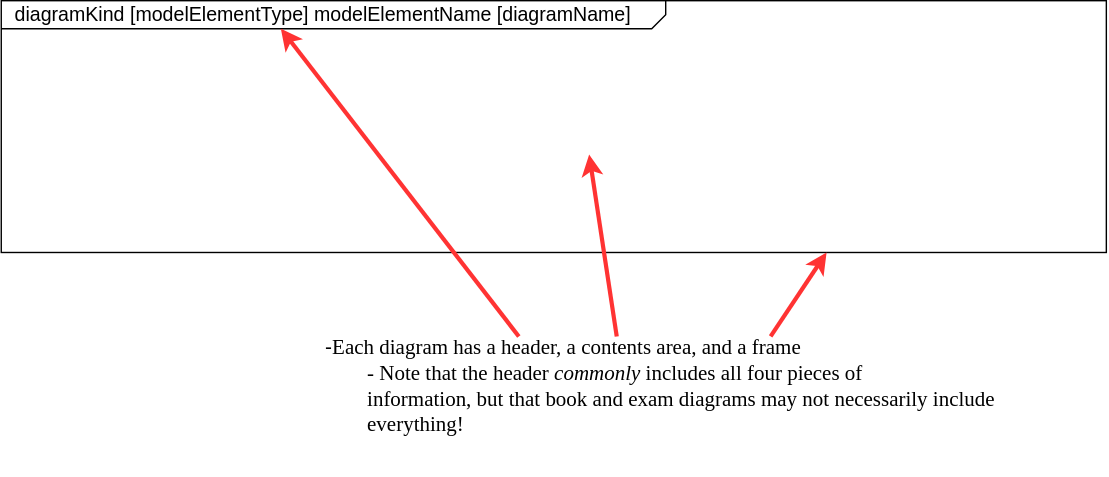
The draw.io diagram SysML Lessons/SVGs/Diagrams Format.svg in JeffreyWerth/AWS-Architecture-Model-Repository, before a commit. Source tidied: cells renumbered, new cells last; positions are measured from the earlier drawing's top-left corner, leaving out a move shared by most shapes. Source of this version:
```xml
<mxGraphModel>
  <root>
    <mxCell id="0" style="html=1;" />
    <mxCell id="1" style="html=1;" parent="0" />
    <mxCell id="2" value="&lt;p style=&quot;text-align: left; margin: 4px 0px 0px 10px; line-height: 90%; font-size: 14px;&quot;&gt;&lt;span style=&quot;border-color: var(--border-color);&quot;&gt;diagramKind&lt;/span&gt;&lt;span style=&quot;border-color: var(--border-color);&quot;&gt;&amp;nbsp;[&lt;/span&gt;&lt;span style=&quot;border-color: var(--border-color);&quot;&gt;modelElementType&lt;/span&gt;&lt;span style=&quot;border-color: var(--border-color);&quot;&gt;]&amp;nbsp;&lt;/span&gt;&lt;span style=&quot;border-color: var(--border-color);&quot;&gt;modelElementName&lt;/span&gt;&lt;span style=&quot;border-color: var(--border-color);&quot;&gt;&amp;nbsp;[&lt;/span&gt;&lt;span style=&quot;border-color: var(--border-color);&quot;&gt;diagramName&lt;/span&gt;&lt;span style=&quot;border-color: var(--border-color);&quot;&gt;]&lt;/span&gt;&lt;br&gt;&lt;/p&gt;" style="html=1;shape=mxgraph.sysml.package;html=1;overflow=fill;whiteSpace=wrap;fontSize=16;labelX=475.33;" parent="1" vertex="1">
      <mxGeometry width="790" height="180" as="geometry" />
    </mxCell>
    <mxCell id="3" value="&lt;div style=&quot;font-size: 15px;&quot; class=&quot;O0&quot;&gt;&lt;font style=&quot;font-size: 15px;&quot;&gt;-&lt;span style=&quot;font-family: &amp;quot;Avenir Next LT Pro&amp;quot;;&quot;&gt;Each diagram has a header, a contents area, and a frame&lt;/span&gt;&lt;/font&gt;&lt;/div&gt;&lt;font style=&quot;font-size: 15px;&quot;&gt;&lt;span style=&quot;background-color: initial; font-family: &amp;quot;Avenir Next LT Pro&amp;quot;;&quot;&gt;&lt;span style=&quot;white-space: pre;&quot;&gt;&#9;&lt;/span&gt;- Note that the header &lt;/span&gt;&lt;span style=&quot;background-color: initial; font-family: &amp;quot;Avenir Next LT Pro&amp;quot;; font-style: italic;&quot;&gt;commonly&lt;/span&gt;&lt;span style=&quot;background-color: initial; font-family: &amp;quot;Avenir Next LT Pro&amp;quot;;&quot;&gt; includes all four pieces of&lt;/span&gt;&lt;br&gt;&lt;/font&gt;&lt;div style=&quot;font-size: 15px;&quot; class=&quot;O1&quot;&gt;&lt;span style=&quot;font-family: &amp;quot;Avenir Next LT Pro&amp;quot;;&quot;&gt;&lt;font style=&quot;font-size: 15px;&quot;&gt;&lt;span style=&quot;white-space: pre;&quot;&gt;&#9;&lt;/span&gt;information, but that book and exam diagrams may not necessarily include&lt;br&gt;&lt;span style=&quot;white-space: pre;&quot;&gt;&#9;&lt;/span&gt;everything!&lt;/font&gt;&lt;/span&gt;&lt;/div&gt;" style="text;html=1;strokeColor=none;fillColor=none;align=left;verticalAlign=middle;whiteSpace=wrap;rounded=0;fontSize=16;" parent="1" vertex="1">
      <mxGeometry x="230" y="210" width="560" height="130" as="geometry" />
    </mxCell>
    <mxCell id="4" style="endArrow=classic;html=1;rounded=0;fontSize=15;entryX=0.253;entryY=0.111;entryDx=0;entryDy=0;entryPerimeter=0;exitX=0.25;exitY=0.231;exitDx=0;exitDy=0;exitPerimeter=0;strokeColor=#FF3333;strokeWidth=3;" parent="1" edge="1" source="3" target="2">
      <mxGeometry relative="1" as="geometry" />
    </mxCell>
    <mxCell id="5" style="endArrow=classic;html=1;rounded=0;fontSize=15;entryX=0.532;entryY=0.611;entryDx=0;entryDy=0;entryPerimeter=0;strokeWidth=3;strokeColor=#FF3333;exitX=0.375;exitY=0.231;exitDx=0;exitDy=0;exitPerimeter=0;" parent="1" edge="1" source="3" target="2">
      <mxGeometry relative="1" as="geometry" />
    </mxCell>
    <mxCell id="6" style="endArrow=classic;html=1;rounded=0;fontSize=15;entryX=0.253;entryY=0.111;entryDx=0;entryDy=0;entryPerimeter=0;strokeColor=#FF3333;strokeWidth=3;" parent="1" edge="1">
      <mxGeometry relative="1" as="geometry">
        <mxPoint x="550" y="240" as="sourcePoint" />
        <mxPoint x="590" y="180" as="targetPoint" />
      </mxGeometry>
    </mxCell>
  </root>
</mxGraphModel>
```
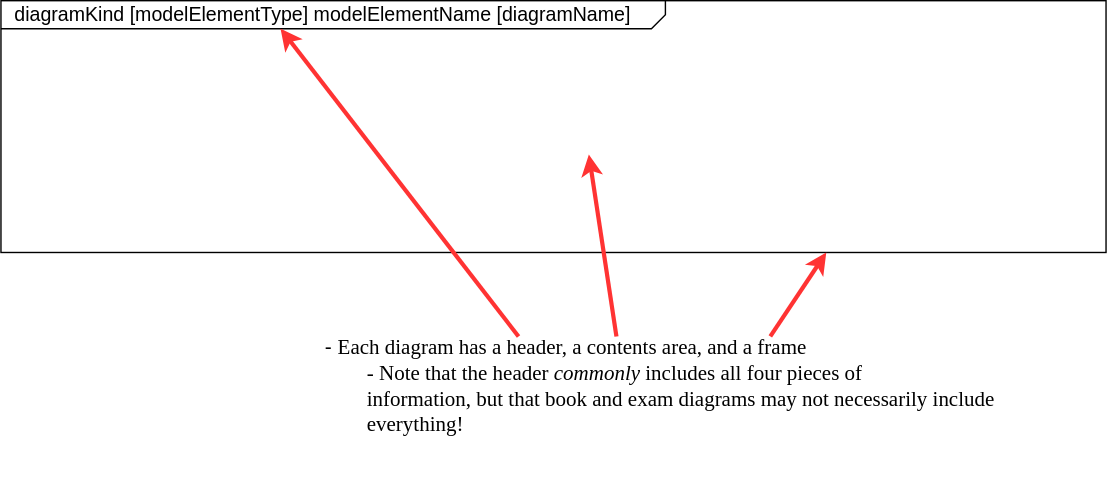
After the change.

Commit message:
Header Format Definitions

Change to the diagram source:
```diff
@@ -5,7 +5,7 @@
     <mxCell id="2" value="&lt;p style=&quot;text-align: left; margin: 4px 0px 0px 10px; line-height: 90%; font-size: 14px;&quot;&gt;&lt;span style=&quot;border-color: var(--border-color);&quot;&gt;diagramKind&lt;/span&gt;&lt;span style=&quot;border-color: var(--border-color);&quot;&gt;&amp;nbsp;[&lt;/span&gt;&lt;span style=&quot;border-color: var(--border-color);&quot;&gt;modelElementType&lt;/span&gt;&lt;span style=&quot;border-color: var(--border-color);&quot;&gt;]&amp;nbsp;&lt;/span&gt;&lt;span style=&quot;border-color: var(--border-color);&quot;&gt;modelElementName&lt;/span&gt;&lt;span style=&quot;border-color: var(--border-color);&quot;&gt;&amp;nbsp;[&lt;/span&gt;&lt;span style=&quot;border-color: var(--border-color);&quot;&gt;diagramName&lt;/span&gt;&lt;span style=&quot;border-color: var(--border-color);&quot;&gt;]&lt;/span&gt;&lt;br&gt;&lt;/p&gt;" style="html=1;shape=mxgraph.sysml.package;html=1;overflow=fill;whiteSpace=wrap;fontSize=16;labelX=475.33;" parent="1" vertex="1">
       <mxGeometry width="790" height="180" as="geometry" />
     </mxCell>
-    <mxCell id="3" value="&lt;div style=&quot;font-size: 15px;&quot; class=&quot;O0&quot;&gt;&lt;font style=&quot;font-size: 15px;&quot;&gt;-&lt;span style=&quot;font-family: &amp;quot;Avenir Next LT Pro&amp;quot;;&quot;&gt;Each diagram has a header, a contents area, and a frame&lt;/span&gt;&lt;/font&gt;&lt;/div&gt;&lt;font style=&quot;font-size: 15px;&quot;&gt;&lt;span style=&quot;background-color: initial; font-family: &amp;quot;Avenir Next LT Pro&amp;quot;;&quot;&gt;&lt;span style=&quot;white-space: pre;&quot;&gt;&#9;&lt;/span&gt;- Note that the header &lt;/span&gt;&lt;span style=&quot;background-color: initial; font-family: &amp;quot;Avenir Next LT Pro&amp;quot;; font-style: italic;&quot;&gt;commonly&lt;/span&gt;&lt;span style=&quot;background-color: initial; font-family: &amp;quot;Avenir Next LT Pro&amp;quot;;&quot;&gt; includes all four pieces of&lt;/span&gt;&lt;br&gt;&lt;/font&gt;&lt;div style=&quot;font-size: 15px;&quot; class=&quot;O1&quot;&gt;&lt;span style=&quot;font-family: &amp;quot;Avenir Next LT Pro&amp;quot;;&quot;&gt;&lt;font style=&quot;font-size: 15px;&quot;&gt;&lt;span style=&quot;white-space: pre;&quot;&gt;&#9;&lt;/span&gt;information, but that book and exam diagrams may not necessarily include&lt;br&gt;&lt;span style=&quot;white-space: pre;&quot;&gt;&#9;&lt;/span&gt;everything!&lt;/font&gt;&lt;/span&gt;&lt;/div&gt;" style="text;html=1;strokeColor=none;fillColor=none;align=left;verticalAlign=middle;whiteSpace=wrap;rounded=0;fontSize=16;" parent="1" vertex="1">
+    <mxCell id="3" value="&lt;div style=&quot;font-size: 15px;&quot; class=&quot;O0&quot;&gt;&lt;font style=&quot;font-size: 15px;&quot;&gt;-&amp;nbsp;&lt;span style=&quot;font-family: &amp;quot;Avenir Next LT Pro&amp;quot;;&quot;&gt;Each diagram has a header, a contents area, and a frame&lt;/span&gt;&lt;/font&gt;&lt;/div&gt;&lt;font style=&quot;font-size: 15px;&quot;&gt;&lt;span style=&quot;background-color: initial; font-family: &amp;quot;Avenir Next LT Pro&amp;quot;;&quot;&gt;&lt;span style=&quot;white-space: pre;&quot;&gt;&#9;&lt;/span&gt;- Note that the header &lt;/span&gt;&lt;span style=&quot;background-color: initial; font-family: &amp;quot;Avenir Next LT Pro&amp;quot;; font-style: italic;&quot;&gt;commonly&lt;/span&gt;&lt;span style=&quot;background-color: initial; font-family: &amp;quot;Avenir Next LT Pro&amp;quot;;&quot;&gt; includes all four pieces of&lt;/span&gt;&lt;br&gt;&lt;/font&gt;&lt;div style=&quot;font-size: 15px;&quot; class=&quot;O1&quot;&gt;&lt;span style=&quot;font-family: &amp;quot;Avenir Next LT Pro&amp;quot;;&quot;&gt;&lt;font style=&quot;font-size: 15px;&quot;&gt;&lt;span style=&quot;white-space: pre;&quot;&gt;&#9;&lt;/span&gt;information, but that book and exam diagrams may not necessarily include&lt;br&gt;&lt;span style=&quot;white-space: pre;&quot;&gt;&#9;&lt;/span&gt;everything!&lt;/font&gt;&lt;/span&gt;&lt;/div&gt;" style="text;html=1;strokeColor=none;fillColor=none;align=left;verticalAlign=middle;whiteSpace=wrap;rounded=0;fontSize=16;" parent="1" vertex="1">
       <mxGeometry x="230" y="210" width="560" height="130" as="geometry" />
     </mxCell>
     <mxCell id="4" style="endArrow=classic;html=1;rounded=0;fontSize=15;entryX=0.253;entryY=0.111;entryDx=0;entryDy=0;entryPerimeter=0;exitX=0.25;exitY=0.231;exitDx=0;exitDy=0;exitPerimeter=0;strokeColor=#FF3333;strokeWidth=3;" parent="1" edge="1" source="3" target="2">
```
